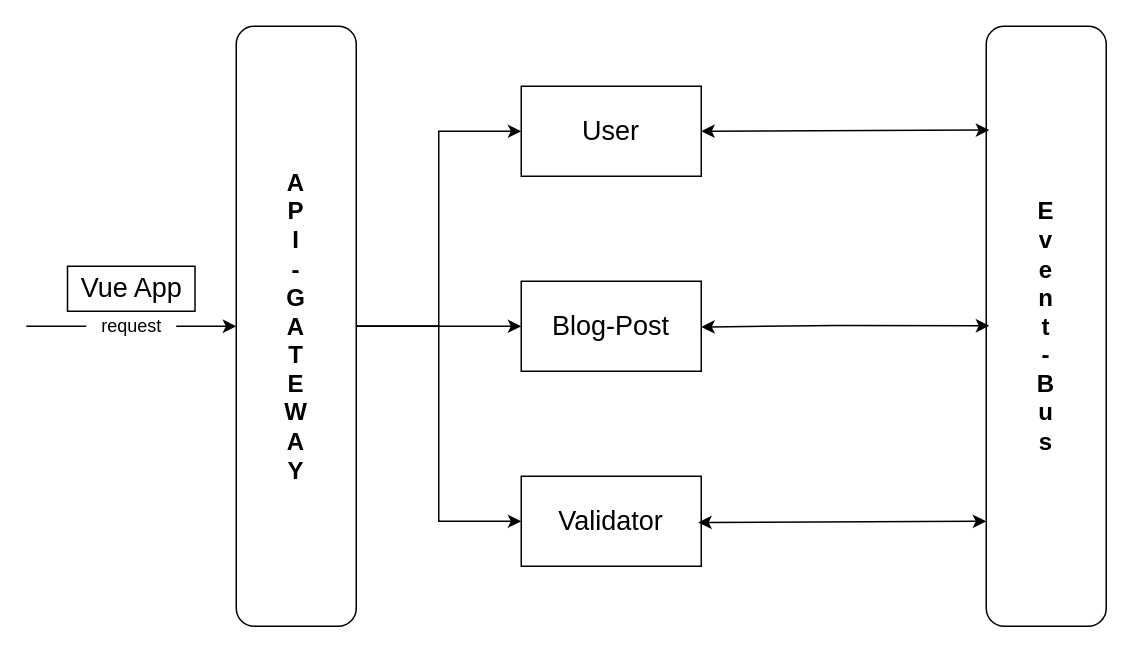
Before: Untitled Diagram.drawio in enginay/Mircoservices, a draw.io diagram. Source tidied: cells renumbered, new cells numbered last; positions are measured from the earlier drawing's top-left corner, leaving out a move shared by most shapes. Both pictures are drawn from the tidied source at 150%, with x=0, y=0 at pixel (26, 26).
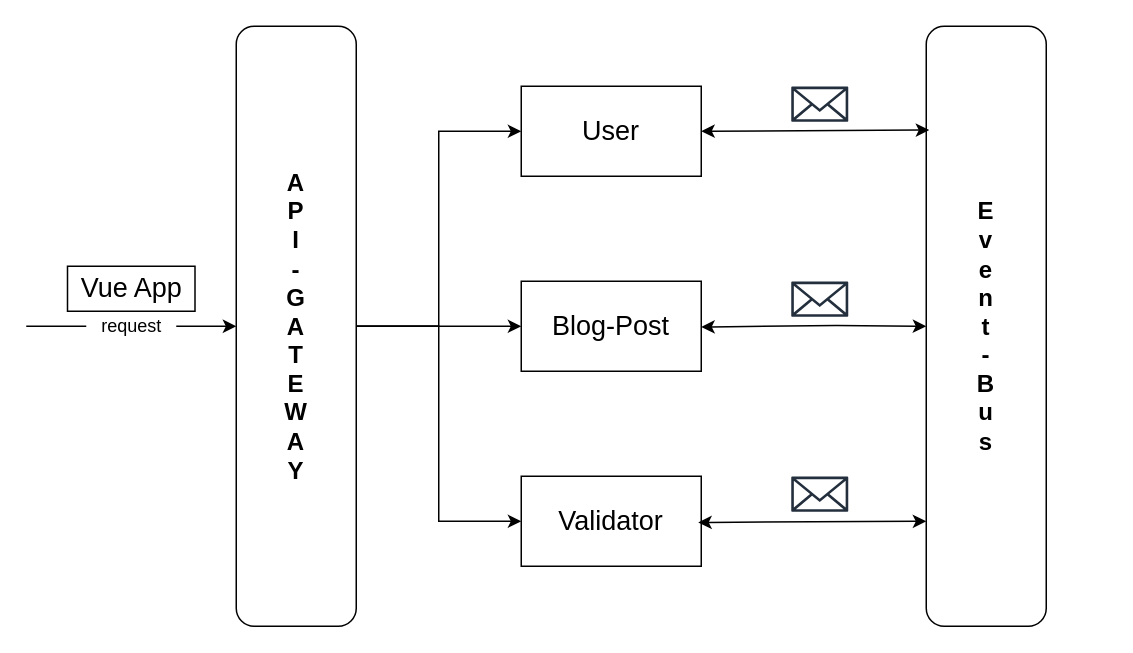
The same page after the edit.

Commit message:
Microservices_Architecture_updated

Diff of the diagram source:
```diff
@@
     <mxCell id="13" value="&lt;font size=&quot;3&quot;&gt;&lt;b&gt;E&lt;br&gt;v&lt;br&gt;e&lt;br&gt;n&lt;br&gt;t&lt;br&gt;-&lt;br&gt;B&lt;br&gt;u&lt;br&gt;s&lt;br&gt;&lt;/b&gt;&lt;/font&gt;" style="rounded=1;whiteSpace=wrap;html=1;" parent="1" vertex="1">
-      <mxGeometry x="640" width="80" height="400" as="geometry" />
+      <mxGeometry x="600" width="80" height="400" as="geometry" />
     </mxCell>
@@
-    <mxCell id="15" style="endArrow=classic;startArrow=classic;html=1;rounded=0;fontSize=18;entryX=0.025;entryY=0.173;entryDx=0;entryDy=0;entryPerimeter=0;exitX=1;exitY=0.5;exitDx=0;exitDy=0;" parent="1" edge="1">
+    <mxCell id="15" style="endArrow=classic;startArrow=classic;html=1;rounded=0;fontSize=18;exitX=1;exitY=0.5;exitDx=0;exitDy=0;" parent="1" edge="1">
       <mxGeometry relative="1" as="geometry">
         <mxPoint x="450" y="200.5" as="sourcePoint" />
-        <mxPoint x="642" y="199.7" as="targetPoint" />
+        <mxPoint x="600" y="200" as="targetPoint" />
         <Array as="points">
           <mxPoint x="540" y="199.5" />
         </Array>
       </mxGeometry>
     </mxCell>
-    <mxCell id="16" style="endArrow=classic;startArrow=classic;html=1;rounded=0;fontSize=18;entryX=0.025;entryY=0.173;entryDx=0;entryDy=0;entryPerimeter=0;exitX=1;exitY=0.5;exitDx=0;exitDy=0;" parent="1" edge="1">
+    <mxCell id="16" style="endArrow=classic;startArrow=classic;html=1;rounded=0;fontSize=18;exitX=1;exitY=0.5;exitDx=0;exitDy=0;" parent="1" edge="1">
       <mxGeometry relative="1" as="geometry">
         <mxPoint x="448" y="330.8" as="sourcePoint" />
-        <mxPoint x="640" y="330" as="targetPoint" />
+        <mxPoint x="600" y="330" as="targetPoint" />
       </mxGeometry>
     </mxCell>
+    <mxCell id="17" style="sketch=0;fontColor=#232F3E;gradientColor=none;fillColor=#232F3D;strokeColor=none;dashed=0;verticalLabelPosition=bottom;verticalAlign=top;align=center;html=1;fontSize=12;fontStyle=0;shape=mxgraph.aws4.email_2;" parent="1" vertex="1">
+      <mxGeometry x="510" y="40" width="38" height="23.9" as="geometry" />
+    </mxCell>
+    <mxCell id="18" style="sketch=0;fontColor=#232F3E;gradientColor=none;fillColor=#232F3D;strokeColor=none;dashed=0;verticalLabelPosition=bottom;verticalAlign=top;align=center;html=1;fontSize=12;fontStyle=0;shape=mxgraph.aws4.email_2;" parent="1" vertex="1">
+      <mxGeometry x="510" y="170" width="38" height="23.9" as="geometry" />
+    </mxCell>
+    <mxCell id="19" style="sketch=0;fontColor=#232F3E;gradientColor=none;fillColor=#232F3D;strokeColor=none;dashed=0;verticalLabelPosition=bottom;verticalAlign=top;align=center;html=1;fontSize=12;fontStyle=0;shape=mxgraph.aws4.email_2;" parent="1" vertex="1">
+      <mxGeometry x="510" y="300" width="38" height="23.9" as="geometry" />
+    </mxCell>
```
